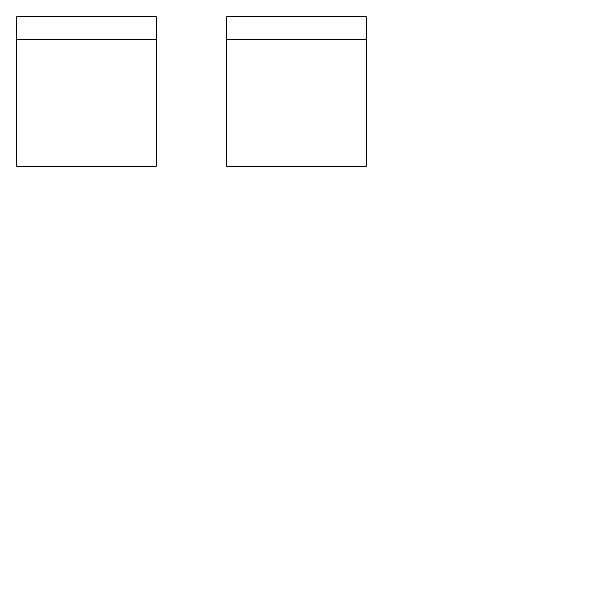
kroyyc/UDeal keeps this draw.io diagram as Design/UDeal-UML.drawio. Above is the earlier version. Source tidied: cells renumbered, new cells numbered last; positions are measured from the earlier drawing's top-left corner, leaving out a move shared by most shapes. Both pictures are drawn from the tidied source at 100%, with x=0, y=0 at pixel (16, 16).
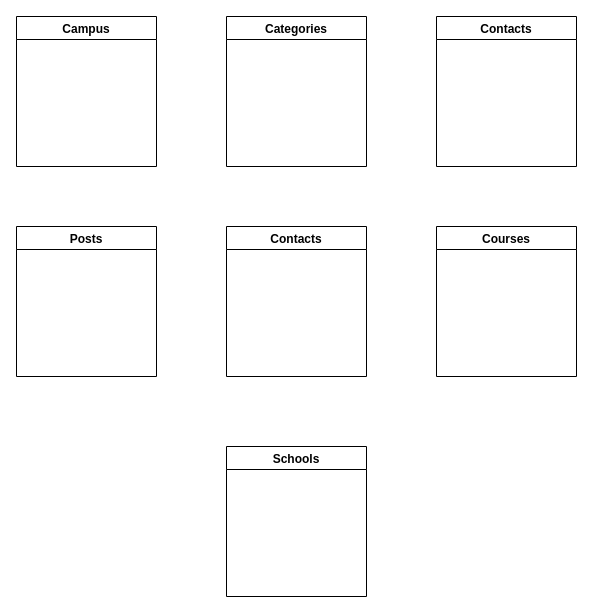
The same page after the edit.

The edit, as a diff of the source:
```diff
@@
 <mxGraphModel>
   <root>
     <mxCell id="0" />
     <mxCell id="1" parent="0" />
-    <mxCell id="2" style="swimlane;" parent="1" vertex="1">
+    <mxCell id="2" value="Campus" style="swimlane;" parent="1" vertex="1">
       <mxGeometry width="140" height="150" as="geometry" />
     </mxCell>
-    <mxCell id="3" style="swimlane;" parent="1" vertex="1">
+    <mxCell id="3" value="Categories" style="swimlane;" parent="1" vertex="1">
       <mxGeometry x="210" width="140" height="150" as="geometry" />
     </mxCell>
+    <mxCell id="4" value="Contacts" style="swimlane;" parent="1" vertex="1">
+      <mxGeometry x="420" width="140" height="150" as="geometry" />
+    </mxCell>
+    <mxCell id="5" value="Contacts" style="swimlane;" parent="1" vertex="1">
+      <mxGeometry x="210" y="210" width="140" height="150" as="geometry" />
+    </mxCell>
+    <mxCell id="6" value="Courses" style="swimlane;" parent="1" vertex="1">
+      <mxGeometry x="420" y="210" width="140" height="150" as="geometry" />
+    </mxCell>
+    <mxCell id="7" value="Posts" style="swimlane;startSize=23;" parent="1" vertex="1">
+      <mxGeometry y="210" width="140" height="150" as="geometry" />
+    </mxCell>
+    <mxCell id="8" value="Schools" style="swimlane;" parent="1" vertex="1">
+      <mxGeometry x="210" y="430" width="140" height="150" as="geometry" />
+    </mxCell>
   </root>
 </mxGraphModel>
```
